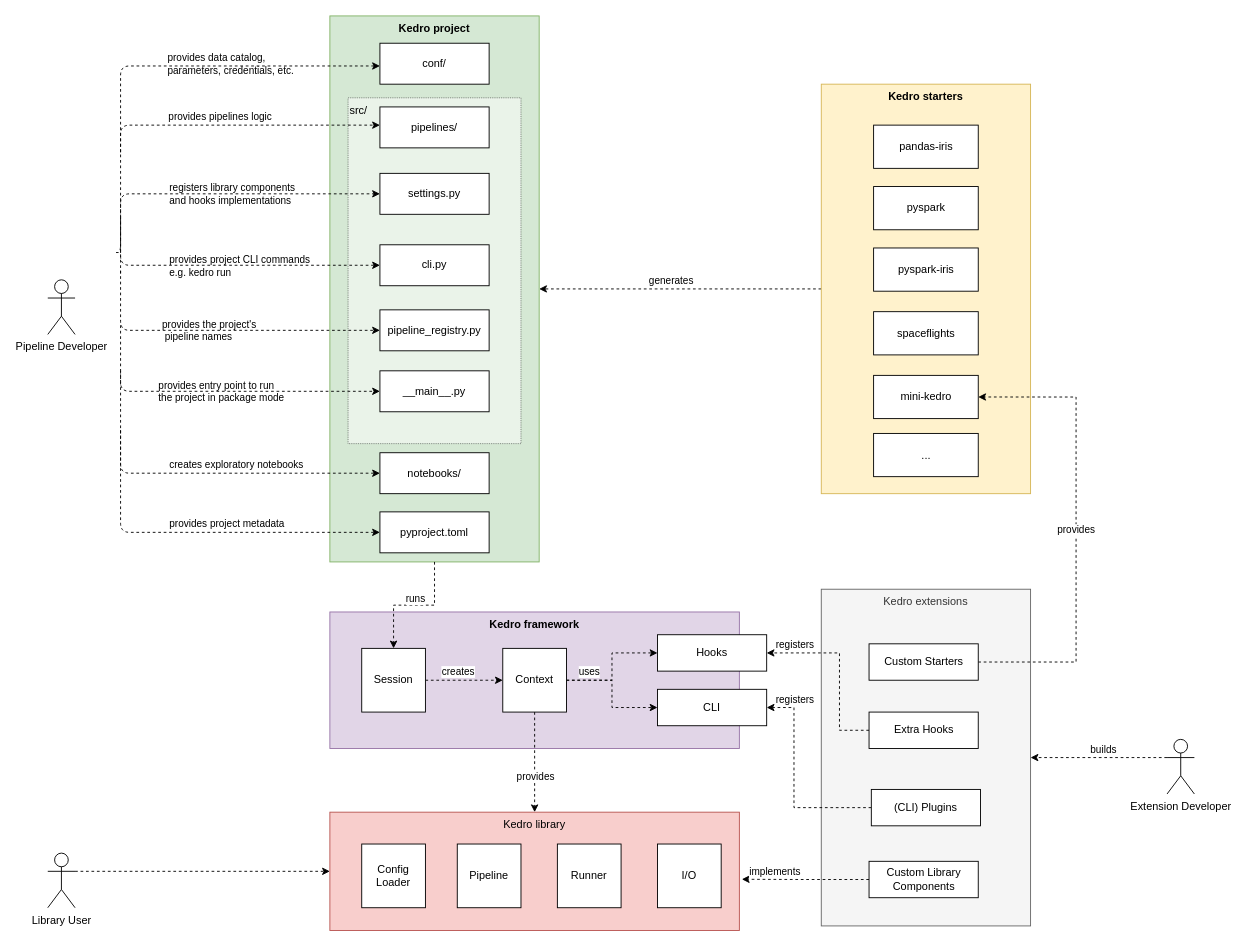
Before: docs/source/meta/images/KedroArchitecture.drawio in kedro-org/kedro, a draw.io diagram. Source tidied: cells renumbered, new cells numbered last; positions are measured from the earlier drawing's top-left corner, leaving out a move shared by most shapes. Both pictures are drawn from the tidied source at 91%, with x=0, y=0 at pixel (47, 15).
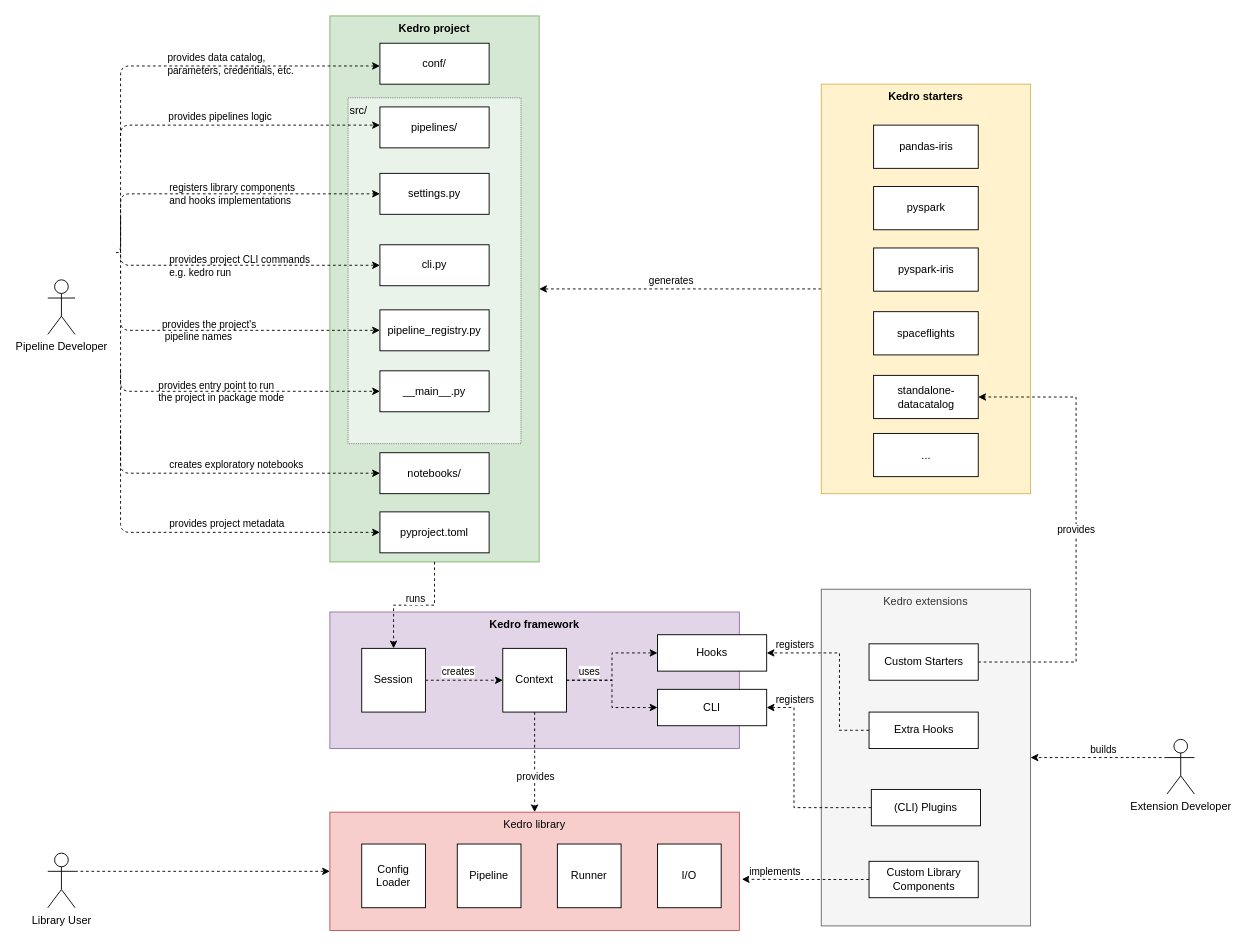
Above is the later version.

Commit message (it also covers changes not shown here):
Re-add kedro arch diagram, with revised graphic

Change to the diagram source:
```diff
@@
-    <mxCell id="45" value="mini-kedro" style="rounded=0;whiteSpace=wrap;html=1;" parent="1" vertex="1">
+    <mxCell id="45" value="standalone-datacatalog" style="rounded=0;whiteSpace=wrap;html=1;" parent="1" vertex="1">
       <mxGeometry x="907.5" y="395" width="115" height="47.5" as="geometry" />
     </mxCell>
```
